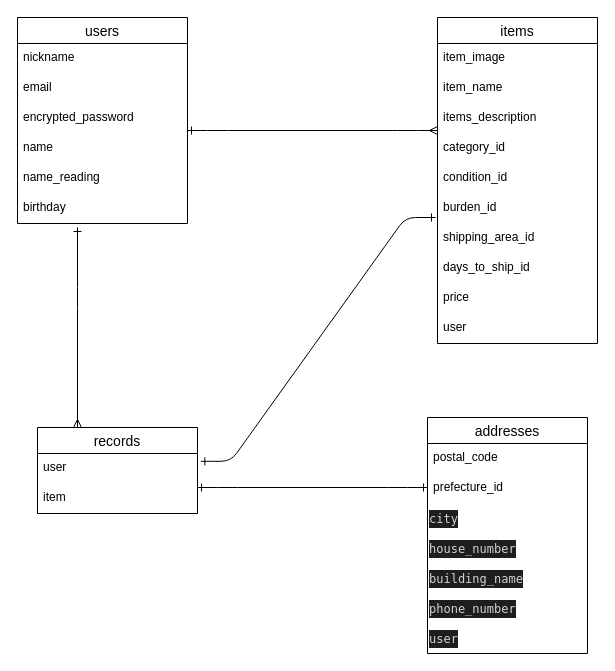
Above: furima.dio in corhydrae7bd/furima-35857 (draw.io), before the change. Source tidied: cells renumbered, new cells numbered last; positions are measured from the earlier drawing's top-left corner, leaving out a move shared by most shapes. Both pictures are drawn from the tidied source at 100%, with x=0, y=0 at pixel (17, 17).
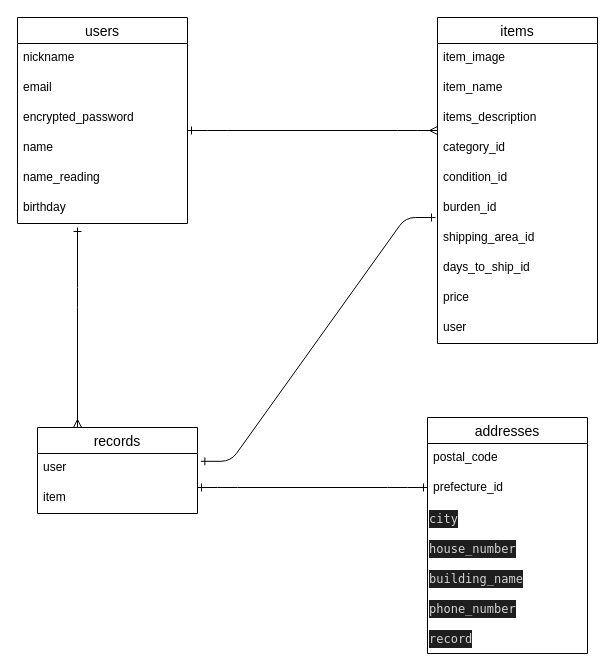
The same page after the edit.

The change refers to these unchanged cells:
```xml
<mxCell id="23" value="addresses" style="swimlane;fontStyle=0;horizontal=1;startSize=26;align=center;fontSize=14;" parent="1" vertex="1">
  <mxGeometry x="410" y="400" width="160" height="236" as="geometry" />
</mxCell>
```

What changed in the source:
```diff
@@
-    <mxCell id="30" value="&lt;div style=&quot;color: rgb(212 , 212 , 212) ; background-color: rgb(30 , 30 , 30) ; font-family: &amp;#34;menlo&amp;#34; , &amp;#34;monaco&amp;#34; , &amp;#34;courier new&amp;#34; , monospace ; font-weight: normal ; font-size: 12px ; line-height: 18px&quot;&gt;&lt;div style=&quot;font-family: &amp;#34;menlo&amp;#34; , &amp;#34;monaco&amp;#34; , &amp;#34;courier new&amp;#34; , monospace ; line-height: 18px&quot;&gt;&lt;div style=&quot;font-family: &amp;#34;menlo&amp;#34; , &amp;#34;monaco&amp;#34; , &amp;#34;courier new&amp;#34; , monospace ; line-height: 18px&quot;&gt;user&lt;/div&gt;&lt;/div&gt;&lt;/div&gt;" style="text;whiteSpace=wrap;html=1;" parent="23" vertex="1">
+    <mxCell id="30" value="&lt;div style=&quot;color: rgb(212 , 212 , 212) ; background-color: rgb(30 , 30 , 30) ; font-family: &amp;#34;menlo&amp;#34; , &amp;#34;monaco&amp;#34; , &amp;#34;courier new&amp;#34; , monospace ; font-weight: normal ; font-size: 12px ; line-height: 18px&quot;&gt;&lt;div style=&quot;font-family: &amp;#34;menlo&amp;#34; , &amp;#34;monaco&amp;#34; , &amp;#34;courier new&amp;#34; , monospace ; line-height: 18px&quot;&gt;&lt;div style=&quot;font-family: &amp;#34;menlo&amp;#34; , &amp;#34;monaco&amp;#34; , &amp;#34;courier new&amp;#34; , monospace ; line-height: 18px&quot;&gt;record&lt;/div&gt;&lt;/div&gt;&lt;/div&gt;" style="text;whiteSpace=wrap;html=1;" parent="23" vertex="1">
       <mxGeometry y="206" width="160" height="30" as="geometry" />
     </mxCell>
```
